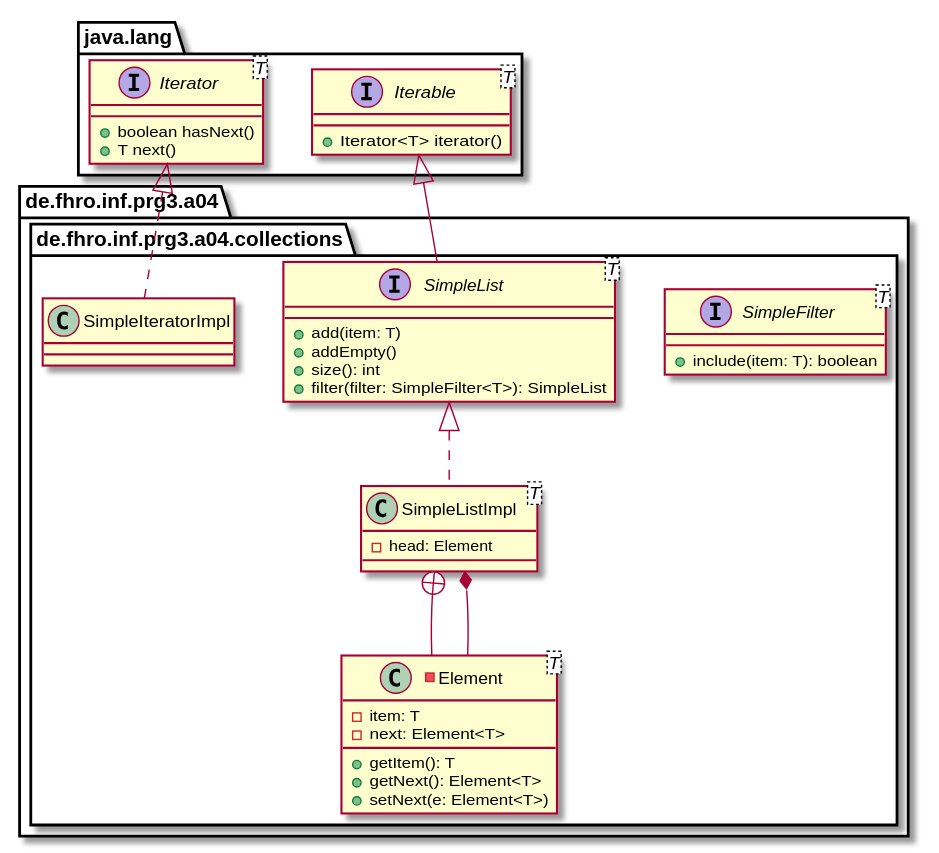
This is assets/class-spec-1.svg from studlinnth6233/04-generics, a PlantUML export, as it was before one commit.
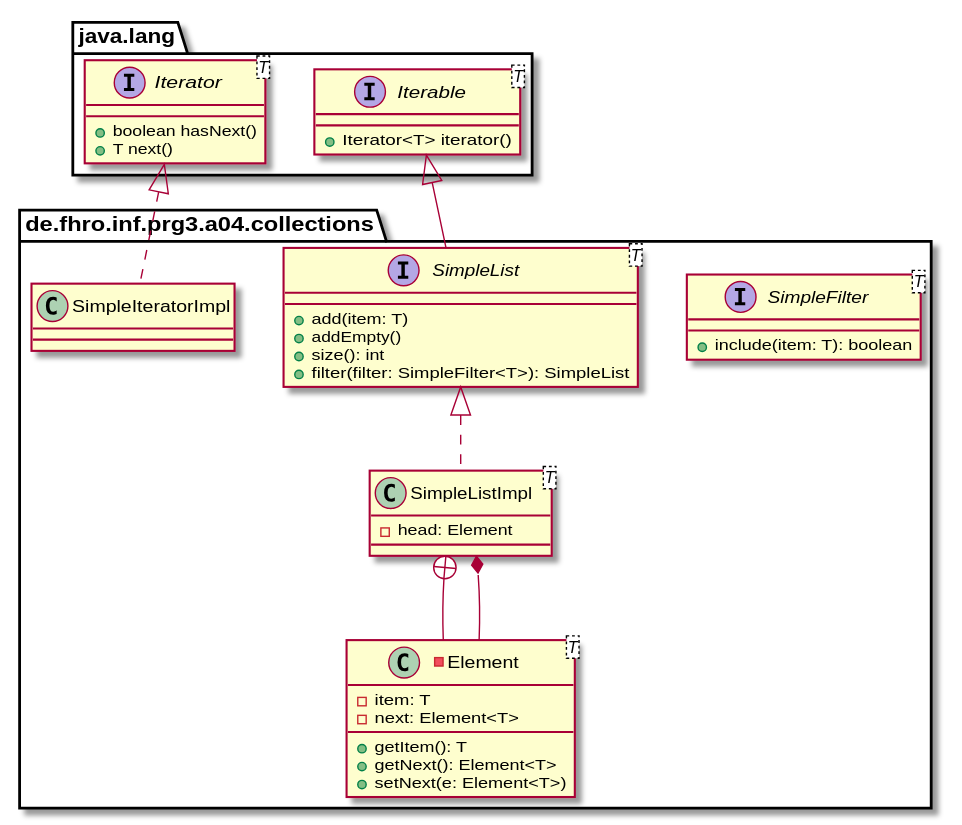
Later version of the same file.

Commit message:
Changed part 2 Removed Plant classes and introduced map, filter and sort methods in the spec

The edit, as a diff of the source:
```diff
@@ -11,9 +11,7 @@
     }
 }
 
-package de.fhro.inf.prg3.a04 {
-
-    package de.fhro.inf.prg3.a04.collections {
+package de.fhro.inf.prg3.a04.collections {
         interface SimpleFilter<T> {
             +include(item: T): boolean
         }
@@ -44,5 +42,4 @@
         SimpleListImpl +-- Element
         Element --* SimpleListImpl
     }
-}
 @enduml
```
